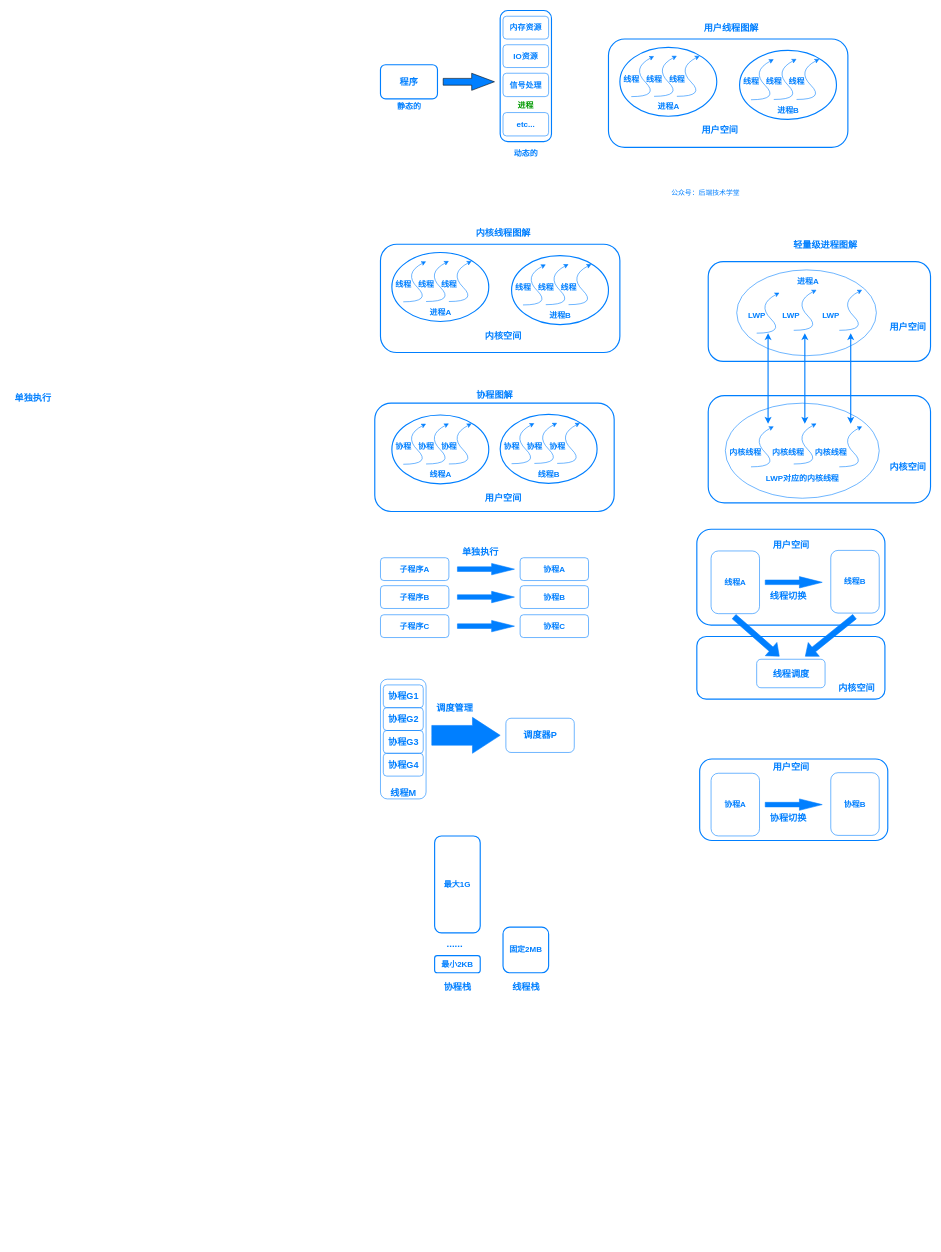
lemonchann/lemonchann.github.io keeps this draw.io diagram as _posts/linux/进程线程协程/进程线程协程.drawio. Above is the earlier version. Source tidied: cells renumbered, new cells numbered last; positions are measured from the earlier drawing's top-left corner, leaving out a move shared by most shapes. Both pictures are drawn from the tidied source at 57%, with x=0, y=0 at pixel (10, 10).
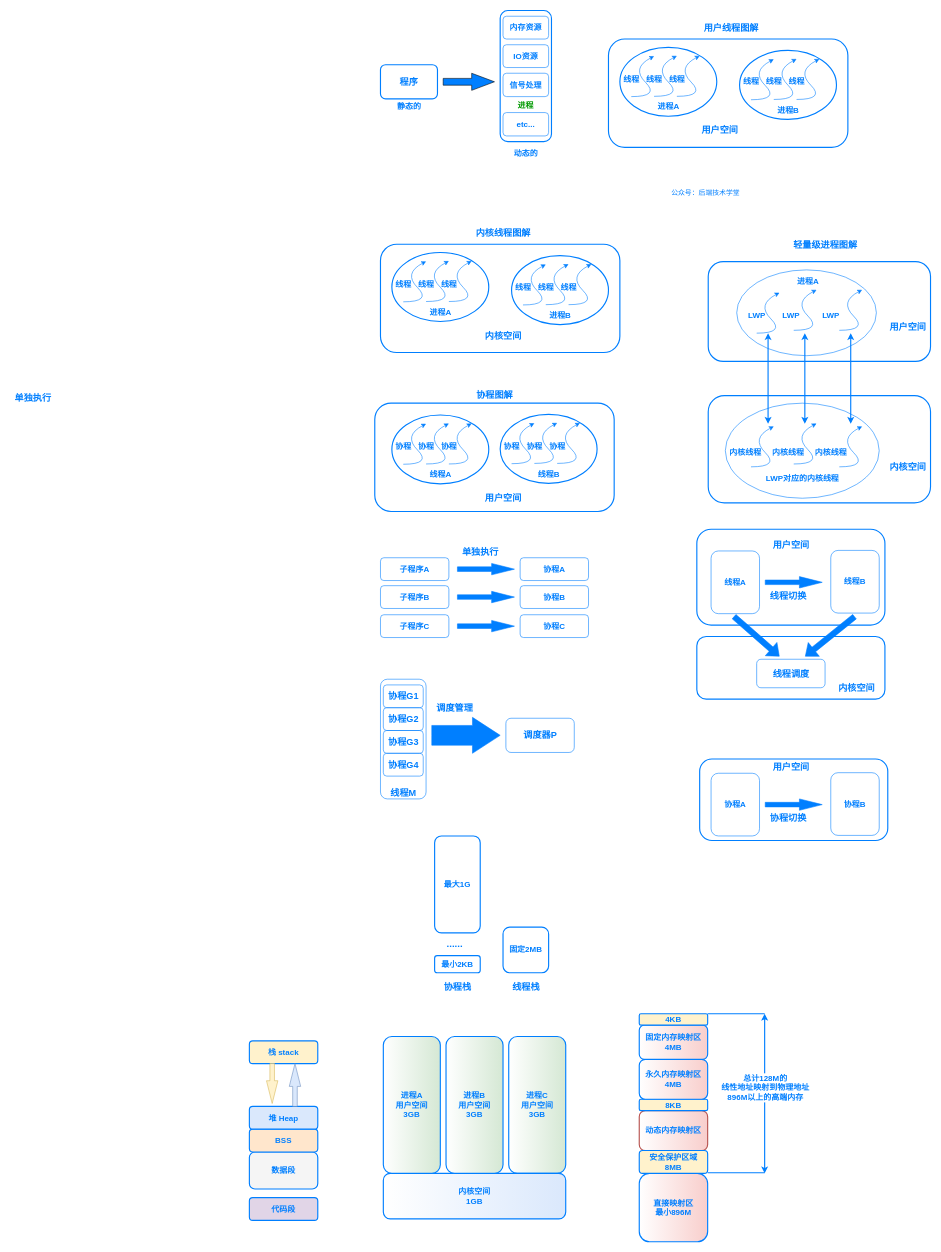
Above is the later version.

Commit message (it also covers changes not shown here):
thread and process

What changed in the source:
```diff
@@
+    <mxCell id="142" value="&lt;font style=&quot;font-size: 14px&quot;&gt;&lt;b&gt;&lt;font color=&quot;#007fff&quot;&gt;进程C&lt;br&gt;用户空间&lt;br&gt;3GB&lt;/font&gt;&lt;/b&gt;&lt;br&gt;&lt;/font&gt;" style="rounded=1;whiteSpace=wrap;html=1;direction=south;fillColor=#d5e8d4;strokeColor=#007FFF;strokeWidth=2;gradientColor=#ffffff;" parent="1" vertex="1">
+      <mxGeometry x="875" y="1800" width="100" height="240" as="geometry" />
+    </mxCell>
+    <mxCell id="143" value="&lt;font style=&quot;font-size: 14px&quot;&gt;&lt;b&gt;&lt;font color=&quot;#007fff&quot;&gt;内核空间&lt;br&gt;1GB&lt;/font&gt;&lt;/b&gt;&lt;br&gt;&lt;/font&gt;" style="rounded=1;whiteSpace=wrap;html=1;direction=south;fillColor=#dae8fc;strokeColor=#007FFF;strokeWidth=2;gradientColor=#ffffff;" parent="1" vertex="1">
+      <mxGeometry x="655" y="2040" width="320" height="80" as="geometry" />
+    </mxCell>
+    <mxCell id="144" value="&lt;font style=&quot;font-size: 14px&quot;&gt;&lt;b&gt;&lt;font color=&quot;#007fff&quot;&gt;进程B&lt;br&gt;用户空间&lt;br&gt;3GB&lt;/font&gt;&lt;/b&gt;&lt;br&gt;&lt;/font&gt;" style="rounded=1;whiteSpace=wrap;html=1;direction=south;fillColor=#d5e8d4;strokeColor=#007FFF;strokeWidth=2;gradientColor=#ffffff;" parent="1" vertex="1">
+      <mxGeometry x="765" y="1800" width="100" height="240" as="geometry" />
+    </mxCell>
+    <mxCell id="145" value="&lt;font style=&quot;font-size: 14px&quot;&gt;&lt;b&gt;&lt;font color=&quot;#007fff&quot;&gt;进程A&lt;br&gt;用户空间&lt;br&gt;3GB&lt;/font&gt;&lt;/b&gt;&lt;br&gt;&lt;/font&gt;" style="rounded=1;whiteSpace=wrap;html=1;direction=south;fillColor=#d5e8d4;strokeColor=#007FFF;strokeWidth=2;gradientColor=#ffffff;" parent="1" vertex="1">
+      <mxGeometry x="655" y="1800" width="100" height="240" as="geometry" />
+    </mxCell>
+    <mxCell id="146" value="&lt;span style=&quot;font-size: 14px&quot;&gt;&lt;b&gt;&lt;font color=&quot;#007fff&quot;&gt;直接映射区&lt;br&gt;最小896M&lt;/font&gt;&lt;/b&gt;&lt;br&gt;&lt;/span&gt;" style="rounded=1;whiteSpace=wrap;html=1;direction=south;fillColor=#f8cecc;strokeColor=#007FFF;imageAspect=1;shadow=0;glass=0;comic=0;strokeWidth=2;gradientColor=#ffffff;" parent="1" vertex="1">
+      <mxGeometry x="1104" y="2040" width="120" height="120" as="geometry" />
+    </mxCell>
+    <mxCell id="147" value="&lt;span style=&quot;font-family: &amp;#34;arial&amp;#34; , &amp;#34;helvetica&amp;#34; , sans-serif&quot;&gt;&lt;font style=&quot;font-size: 14px&quot; color=&quot;#007fff&quot;&gt;&lt;b&gt;动态内存映射区&lt;/b&gt;&lt;/font&gt;&lt;/span&gt;" style="rounded=1;whiteSpace=wrap;html=1;direction=south;fillColor=#f8cecc;strokeColor=#b85450;strokeWidth=2;gradientColor=#ffffff;" parent="1" vertex="1">
+      <mxGeometry x="1104" y="1930" width="120" height="70" as="geometry" />
+    </mxCell>
+    <mxCell id="148" value="&lt;span style=&quot;font-family: &amp;#34;arial&amp;#34; , &amp;#34;helvetica&amp;#34; , sans-serif&quot;&gt;&lt;font style=&quot;font-size: 14px&quot; color=&quot;#007fff&quot;&gt;&lt;b&gt;安全保护区域&lt;br&gt;8MB&lt;/b&gt;&lt;/font&gt;&lt;/span&gt;" style="rounded=1;whiteSpace=wrap;html=1;direction=south;fillColor=#fff2cc;strokeColor=#007FFF;strokeWidth=2;" parent="1" vertex="1">
+      <mxGeometry x="1104" y="2000" width="120" height="40" as="geometry" />
+    </mxCell>
+    <mxCell id="149" style="edgeStyle=orthogonalEdgeStyle;rounded=0;jettySize=auto;html=1;" parent="1" edge="1" source="150" target="152">
+      <mxGeometry relative="1" as="geometry" />
+    </mxCell>
+    <mxCell id="150" value="&lt;span style=&quot;font-family: &amp;#34;arial&amp;#34; , &amp;#34;helvetica&amp;#34; , sans-serif&quot;&gt;&lt;font style=&quot;font-size: 14px&quot; color=&quot;#007fff&quot;&gt;&lt;b&gt;8KB&lt;/b&gt;&lt;/font&gt;&lt;/span&gt;" style="rounded=1;whiteSpace=wrap;html=1;direction=south;fillColor=#fff2cc;strokeColor=#007FFF;strokeWidth=2;" parent="1" vertex="1">
+      <mxGeometry x="1104" y="1910" width="120" height="20" as="geometry" />
+    </mxCell>
+    <mxCell id="151" value="&lt;span style=&quot;font-family: &amp;#34;arial&amp;#34; , &amp;#34;helvetica&amp;#34; , sans-serif&quot;&gt;&lt;font style=&quot;font-size: 14px&quot; color=&quot;#007fff&quot;&gt;&lt;b&gt;永久内存映射区&lt;br&gt;4MB&lt;/b&gt;&lt;/font&gt;&lt;br&gt;&lt;/span&gt;" style="rounded=1;whiteSpace=wrap;html=1;direction=south;fillColor=#f8cecc;strokeColor=#007FFF;strokeWidth=2;gradientColor=#ffffff;" parent="1" vertex="1">
+      <mxGeometry x="1104" y="1840" width="120" height="70" as="geometry" />
+    </mxCell>
+    <mxCell id="152" value="&lt;span style=&quot;font-family: &amp;#34;arial&amp;#34; , &amp;#34;helvetica&amp;#34; , sans-serif&quot;&gt;&lt;font style=&quot;font-size: 14px&quot; color=&quot;#007fff&quot;&gt;&lt;b&gt;固定内存映射区&lt;br&gt;4MB&lt;/b&gt;&lt;/font&gt;&lt;br&gt;&lt;/span&gt;" style="rounded=1;whiteSpace=wrap;html=1;direction=south;fillColor=#f8cecc;strokeColor=#007FFF;strokeWidth=2;gradientColor=#ffffff;" parent="1" vertex="1">
+      <mxGeometry x="1104" y="1780" width="120" height="60" as="geometry" />
+    </mxCell>
+    <mxCell id="153" value="&lt;span style=&quot;font-family: &amp;#34;arial&amp;#34; , &amp;#34;helvetica&amp;#34; , sans-serif&quot;&gt;&lt;font style=&quot;font-size: 14px&quot; color=&quot;#007fff&quot;&gt;&lt;b&gt;4KB&lt;/b&gt;&lt;/font&gt;&lt;/span&gt;" style="rounded=1;whiteSpace=wrap;html=1;direction=south;fillColor=#fff2cc;strokeColor=#007FFF;strokeWidth=2;" parent="1" vertex="1">
+      <mxGeometry x="1104" y="1760" width="120" height="20" as="geometry" />
+    </mxCell>
+    <mxCell id="154" style="endArrow=classic;startArrow=classic;html=1;strokeColor=#007FFF;strokeWidth=2;" parent="1" edge="1">
+      <mxGeometry relative="1" as="geometry">
+        <mxPoint x="1324" y="2040" as="sourcePoint" />
+        <mxPoint x="1324" y="1760" as="targetPoint" />
+      </mxGeometry>
+    </mxCell>
+    <mxCell id="155" value="&lt;font style=&quot;font-size: 14px&quot; color=&quot;#007fff&quot;&gt;&lt;b&gt;总计128M的&lt;br&gt;线性地址映射到物理地址&lt;br&gt;896M以上的高端内存&lt;/b&gt;&lt;/font&gt;" style="edgeLabel;html=1;align=center;verticalAlign=middle;" parent="154" vertex="1">
+      <mxGeometry x="0.24" y="1" relative="1" as="geometry">
+        <mxPoint x="1" y="23" as="offset" />
+      </mxGeometry>
+    </mxCell>
+    <mxCell id="156" style="endArrow=none;html=1;strokeColor=#007FFF;strokeWidth=2;" parent="1" edge="1">
+      <mxGeometry relative="1" as="geometry">
+        <mxPoint x="1224" y="2039" as="sourcePoint" />
+        <mxPoint x="1324" y="2039" as="targetPoint" />
+      </mxGeometry>
+    </mxCell>
+    <mxCell id="157" style="endArrow=none;html=1;strokeWidth=2;strokeColor=#007FFF;" parent="1" edge="1">
+      <mxGeometry relative="1" as="geometry">
+        <mxPoint x="1224" y="1760" as="sourcePoint" />
+        <mxPoint x="1324" y="1760" as="targetPoint" />
+      </mxGeometry>
+    </mxCell>
+    <mxCell id="158" value="&lt;b&gt;&lt;font color=&quot;#007fff&quot; style=&quot;font-size: 14px&quot;&gt;代码段&lt;/font&gt;&lt;/b&gt;" style="rounded=1;whiteSpace=wrap;html=1;shadow=0;glass=0;comic=0;fillColor=#e1d5e7;strokeColor=#007FFF;strokeWidth=2;" parent="1" vertex="1">
+      <mxGeometry x="420" y="2082.5" width="120" height="40" as="geometry" />
+    </mxCell>
+    <mxCell id="159" value="&lt;font color=&quot;#007fff&quot; size=&quot;1&quot;&gt;&lt;b style=&quot;font-size: 14px&quot;&gt;数据段&lt;/b&gt;&lt;/font&gt;" style="rounded=1;whiteSpace=wrap;html=1;shadow=0;glass=0;comic=0;fillColor=#f5f5f5;strokeColor=#007FFF;fontColor=#333333;strokeWidth=2;" parent="1" vertex="1">
+      <mxGeometry x="420" y="2002.5" width="120" height="65" as="geometry" />
+    </mxCell>
+    <mxCell id="160" value="&lt;font color=&quot;#007fff&quot; size=&quot;1&quot;&gt;&lt;b style=&quot;font-size: 14px&quot;&gt;BSS&lt;/b&gt;&lt;/font&gt;" style="rounded=1;whiteSpace=wrap;html=1;shadow=0;glass=0;comic=0;fillColor=#ffe6cc;strokeColor=#007FFF;strokeWidth=2;" parent="1" vertex="1">
+      <mxGeometry x="420" y="1962.5" width="120" height="40" as="geometry" />
+    </mxCell>
+    <mxCell id="161" value="&lt;b&gt;&lt;font color=&quot;#007fff&quot; style=&quot;font-size: 14px&quot;&gt;堆 Heap&lt;/font&gt;&lt;/b&gt;" style="rounded=1;whiteSpace=wrap;html=1;shadow=0;glass=0;comic=0;fillColor=#dae8fc;strokeColor=#007FFF;strokeWidth=2;" parent="1" vertex="1">
+      <mxGeometry x="420" y="1922.5" width="120" height="40" as="geometry" />
+    </mxCell>
+    <mxCell id="162" value="&lt;b&gt;&lt;font color=&quot;#007fff&quot; style=&quot;font-size: 14px&quot;&gt;栈&amp;nbsp;stack&lt;/font&gt;&lt;/b&gt;" style="rounded=1;whiteSpace=wrap;html=1;shadow=0;glass=0;comic=0;fillColor=#fff2cc;strokeColor=#007FFF;strokeWidth=2;" parent="1" vertex="1">
+      <mxGeometry x="420" y="1807.5" width="120" height="40" as="geometry" />
+    </mxCell>
+    <mxCell id="163" style="html=1;shadow=0;dashed=0;align=center;verticalAlign=middle;shape=mxgraph.arrows2.arrow;dy=0.6;dx=40;direction=south;notch=0;rounded=0;glass=0;comic=0;fillColor=#fff2cc;strokeColor=#d6b656;" parent="1" vertex="1">
+      <mxGeometry x="450" y="1847.5" width="20" height="70" as="geometry" />
+    </mxCell>
+    <mxCell id="164" style="html=1;shadow=0;dashed=0;align=center;verticalAlign=middle;shape=mxgraph.arrows2.arrow;dy=0.6;dx=40;direction=north;notch=0;rounded=0;glass=0;comic=0;fillColor=#dae8fc;strokeColor=#6c8ebf;" parent="1" vertex="1">
+      <mxGeometry x="490" y="1847.5" width="20" height="75" as="geometry" />
+    </mxCell>
```
